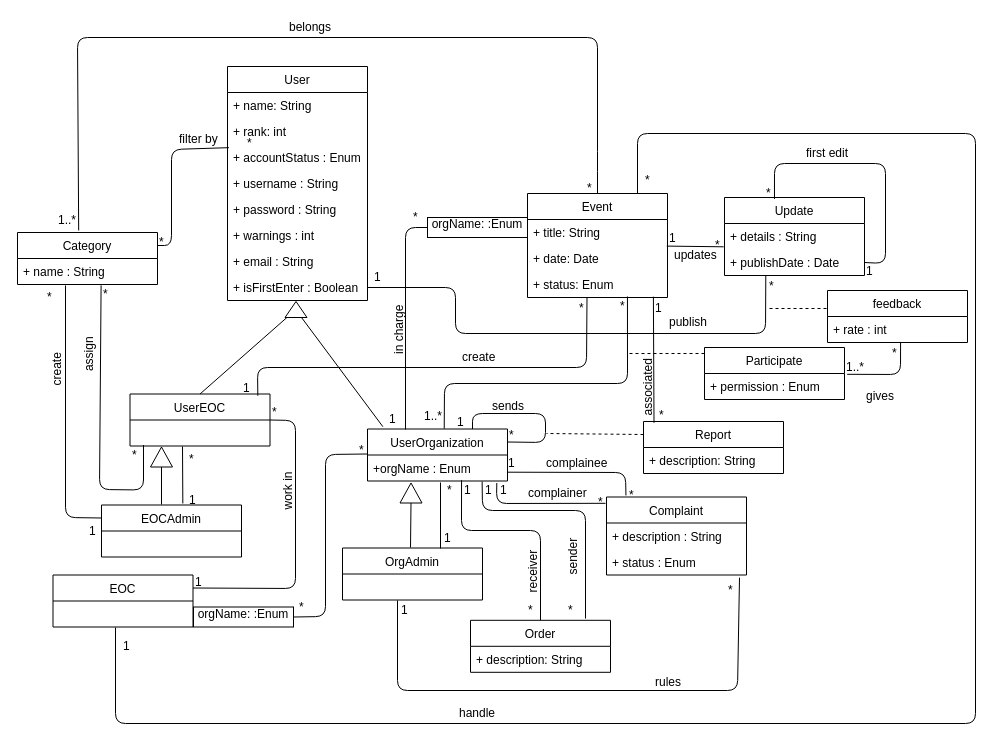
Above: page "Update Class Diagram" (3 of 4) of Untitled Diagram.drawio in anastasiakova/nituz2 (draw.io), before the change. Source tidied: cells renumbered, new cells numbered last; positions are measured from the earlier drawing's top-left corner, leaving out a move shared by most shapes. Both pictures are drawn from the tidied source at 100%, with x=0, y=0 at pixel (17, 17).
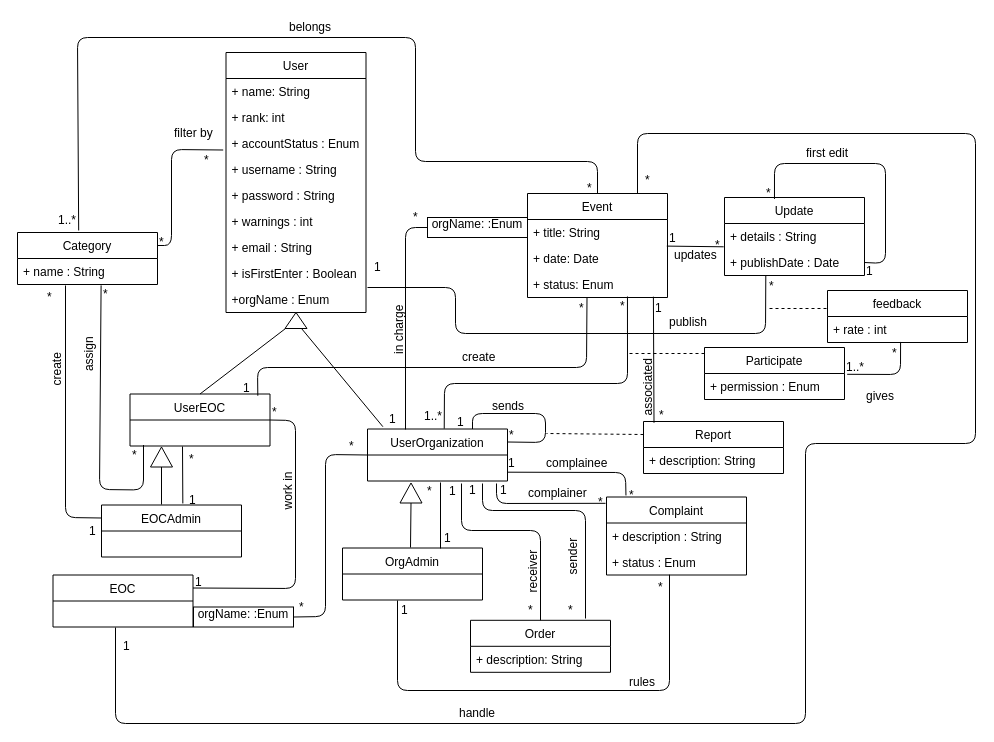
The same diagram, later.

Unchanged cells that the change refers to:
```xml
<mxCell id="5" value="+ accountStatus : Enum&#10;&#10;" style="text;strokeColor=none;fillColor=none;align=left;verticalAlign=top;spacingLeft=4;spacingRight=4;overflow=hidden;points=[[0,0.5],[1,0.5]];portConstraint=eastwest;" parent="2" vertex="1">
  <mxGeometry y="78" width="140" height="26" as="geometry" />
</mxCell>
<mxCell id="10" value="+ isFirstEnter : Boolean&#10;" style="text;strokeColor=none;fillColor=none;align=left;verticalAlign=top;spacingLeft=4;spacingRight=4;overflow=hidden;points=[[0,0.5],[1,0.5]];portConstraint=eastwest;" parent="2" vertex="1">
  <mxGeometry y="208" width="140" height="26" as="geometry" />
</mxCell>
<mxCell id="11" value="Event" style="swimlane;fontStyle=0;horizontal=1;startSize=26;fillColor=none;" parent="1" vertex="1">
  <mxGeometry x="510" y="176" width="140" height="104" as="geometry" />
</mxCell>
<mxCell id="17" value="+ publishDate : Date" style="text;strokeColor=none;fillColor=none;align=left;verticalAlign=top;spacingLeft=4;spacingRight=4;overflow=hidden;points=[[0,0.5],[1,0.5]];portConstraint=eastwest;" parent="15" vertex="1">
  <mxGeometry y="52" width="140" height="26" as="geometry" />
</mxCell>
<mxCell id="19" value="Category" style="swimlane;fontStyle=0;horizontal=1;startSize=26;fillColor=none;" parent="1" vertex="1">
  <mxGeometry y="215" width="140" height="52" as="geometry" />
</mxCell>
<mxCell id="22" value="Order" style="swimlane;fontStyle=0;horizontal=1;startSize=26;fillColor=none;" parent="1" vertex="1">
  <mxGeometry x="453" y="602.8" width="140" height="52" as="geometry" />
</mxCell>
<mxCell id="24" value="Complaint" style="swimlane;fontStyle=0;horizontal=1;startSize=26;fillColor=none;" parent="1" vertex="1">
  <mxGeometry x="589" y="479.5" width="140" height="78" as="geometry" />
</mxCell>
<mxCell id="28" value="UserOrganization" style="swimlane;fontStyle=0;horizontal=1;startSize=26;fillColor=none;" parent="1" vertex="1">
  <mxGeometry x="350" y="411.5" width="140" height="52" as="geometry" />
</mxCell>
<mxCell id="128" value="&lt;div style=&quot;text-align: center&quot;&gt;&lt;span&gt;orgName: :Enum&lt;/span&gt;&lt;/div&gt;" style="verticalAlign=top;align=left;overflow=fill;fontSize=12;fontFamily=Helvetica;html=1;rotation=0;" parent="1" vertex="1">
  <mxGeometry x="176" y="589.5" width="100" height="20" as="geometry" />
</mxCell>
```

The edit, as a diff of the source:
```diff
@@
     <mxCell id="2" value="User" style="swimlane;fontStyle=0;horizontal=1;startSize=26;fillColor=none;" parent="1" vertex="1">
-      <mxGeometry x="210" y="49" width="140" height="234" as="geometry" />
+      <mxGeometry x="208.5" y="35" width="140" height="260" as="geometry" />
     </mxCell>
@@
+    <mxCell id="109" value="+orgName : Enum" style="text;strokeColor=none;fillColor=none;align=left;verticalAlign=top;spacingLeft=4;spacingRight=4;overflow=hidden;points=[[0,0.5],[1,0.5]];portConstraint=eastwest;" parent="2" vertex="1">
+      <mxGeometry y="234" width="140" height="26" as="geometry" />
+    </mxCell>
@@
     <mxCell id="30" style="endArrow=none;html=1;entryX=0.5;entryY=0;entryDx=0;entryDy=0;exitX=0.437;exitY=-0.039;exitDx=0;exitDy=0;exitPerimeter=0;" parent="1" edge="1" source="19" target="11">
       <mxGeometry relative="1" as="geometry">
         <Array as="points">
           <mxPoint x="60" y="20" />
-          <mxPoint x="580" y="20" />
+          <mxPoint x="398" y="20" />
+          <mxPoint x="398" y="144" />
           <mxPoint x="580" y="144" />
         </Array>
       </mxGeometry>
     </mxCell>
-    <mxCell id="31" style="endArrow=none;html=1;entryX=0.917;entryY=1.077;entryDx=0;entryDy=0;entryPerimeter=0;exitX=-0.007;exitY=0.081;exitDx=0;exitDy=0;exitPerimeter=0;" parent="1" edge="1" source="24" target="109">
+    <mxCell id="31" style="endArrow=none;html=1;exitX=-0.007;exitY=0.081;exitDx=0;exitDy=0;exitPerimeter=0;" parent="1" edge="1" source="24">
       <mxGeometry relative="1" as="geometry">
+        <mxPoint x="479" y="466" as="targetPoint" />
         <Array as="points">
           <mxPoint x="479" y="486" />
         </Array>
       </mxGeometry>
     </mxCell>
@@
-    <mxCell id="38" style="endArrow=none;html=1;entryX=0.813;entryY=1.023;entryDx=0;entryDy=0;entryPerimeter=0;" parent="1" edge="1" target="109">
+    <mxCell id="38" style="endArrow=none;html=1;" parent="1" edge="1">
       <mxGeometry relative="1" as="geometry">
         <mxPoint x="568" y="601" as="sourcePoint" />
+        <mxPoint x="465" y="466" as="targetPoint" />
         <Array as="points">
           <mxPoint x="568" y="493" />
           <mxPoint x="465" y="493" />
         </Array>
       </mxGeometry>
     </mxCell>
-    <mxCell id="39" style="endArrow=none;html=1;entryX=0.295;entryY=0.997;entryDx=0;entryDy=0;entryPerimeter=0;" parent="1" edge="1" source="10" target="17">
+    <mxCell id="39" style="endArrow=none;html=1;entryX=0.295;entryY=0.997;entryDx=0;entryDy=0;entryPerimeter=0;" parent="1" edge="1" target="17">
       <mxGeometry relative="1" as="geometry">
+        <mxPoint x="350" y="270" as="sourcePoint" />
         <Array as="points">
           <mxPoint x="438" y="270" />
           <mxPoint x="438" y="316" />
           <mxPoint x="748" y="316" />
         </Array>
       </mxGeometry>
     </mxCell>
@@
     <mxCell id="50" style="endArrow=none;html=1;exitX=0.65;exitY=-0.115;exitDx=0;exitDy=0;exitPerimeter=0;" parent="1" edge="1" source="73">
       <mxGeometry relative="1" as="geometry">
         <mxPoint x="380" y="583" as="targetPoint" />
         <Array as="points">
-          <mxPoint x="720" y="673" />
+          <mxPoint x="652" y="673" />
           <mxPoint x="380" y="673" />
         </Array>
       </mxGeometry>
     </mxCell>
-    <mxCell id="51" style="endArrow=none;html=1;exitX=1;exitY=0.25;exitDx=0;exitDy=0;entryX=0.01;entryY=0.122;entryDx=0;entryDy=0;entryPerimeter=0;" parent="1" edge="1" source="19" target="5">
+    <mxCell id="51" style="endArrow=none;html=1;exitX=1;exitY=0.25;exitDx=0;exitDy=0;entryX=-0.02;entryY=0.75;entryDx=0;entryDy=0;entryPerimeter=0;" parent="1" edge="1" source="19" target="5">
       <mxGeometry relative="1" as="geometry">
         <Array as="points">
           <mxPoint x="154" y="228" />
           <mxPoint x="154" y="132" />
         </Array>
       </mxGeometry>
     </mxCell>
@@
     <mxCell id="59" value="1" style="text;html=1;align=left;verticalAlign=top;spacingTop=-4;" parent="1" vertex="1">
-      <mxGeometry x="355" y="250" width="20" height="20" as="geometry" />
+      <mxGeometry x="355" y="240" width="20" height="20" as="geometry" />
     </mxCell>
@@
     <mxCell id="70" value="*" style="text;html=1;align=left;verticalAlign=top;spacingTop=-4;" parent="1" vertex="1">
-      <mxGeometry x="228" y="116" width="20" height="20" as="geometry" />
+      <mxGeometry x="185" y="133" width="20" height="20" as="geometry" />
     </mxCell>
@@
     <mxCell id="72" value="filter by" style="text;html=1;align=left;verticalAlign=top;spacingTop=-4;" parent="1" vertex="1">
-      <mxGeometry x="160" y="112" width="50" height="20" as="geometry" />
+      <mxGeometry x="155" y="106" width="50" height="20" as="geometry" />
     </mxCell>
     <mxCell id="73" value="*" style="text;html=1;points=[];align=left;verticalAlign=top;spacingTop=-4;" parent="1" vertex="1">
-      <mxGeometry x="709" y="562.5" width="20" height="20" as="geometry" />
+      <mxGeometry x="639" y="559.5" width="20" height="20" as="geometry" />
     </mxCell>
@@
     <mxCell id="75" value="rules" style="text;html=1;align=left;verticalAlign=top;spacingTop=-4;" parent="1" vertex="1">
-      <mxGeometry x="636" y="655" width="40" height="20" as="geometry" />
+      <mxGeometry x="610" y="655" width="40" height="20" as="geometry" />
     </mxCell>
@@
     <mxCell id="83" value="1" style="text;html=1;align=left;verticalAlign=top;spacingTop=-4;" parent="1" vertex="1">
-      <mxGeometry x="445" y="462.5" width="20" height="20" as="geometry" />
+      <mxGeometry x="430" y="463.5" width="20" height="20" as="geometry" />
     </mxCell>
     <mxCell id="84" value="1" style="text;html=1;align=left;verticalAlign=top;spacingTop=-4;" parent="1" vertex="1">
-      <mxGeometry x="466" y="462.5" width="20" height="20" as="geometry" />
+      <mxGeometry x="450" y="462.5" width="20" height="20" as="geometry" />
     </mxCell>
@@
     <mxCell id="93" value="*" style="text;html=1;align=left;verticalAlign=top;spacingTop=-4;" parent="1" vertex="1">
-      <mxGeometry x="428" y="462.5" width="20" height="20" as="geometry" />
+      <mxGeometry x="408" y="463.5" width="20" height="20" as="geometry" />
     </mxCell>
@@
-    <mxCell id="109" value="+orgName : Enum" style="text;strokeColor=none;fillColor=none;align=left;verticalAlign=top;spacingLeft=4;spacingRight=4;overflow=hidden;points=[[0,0.5],[1,0.5]];portConstraint=eastwest;" parent="1" vertex="1">
-      <mxGeometry x="350" y="437.5" width="141" height="26" as="geometry" />
-    </mxCell>
-    <mxCell id="110" style="endArrow=none;html=1;exitX=0.5;exitY=0;exitDx=0;exitDy=0;entryX=0.667;entryY=0.97;entryDx=0;entryDy=0;entryPerimeter=0;" parent="1" edge="1" source="22" target="109">
+    <mxCell id="110" style="endArrow=none;html=1;exitX=0.5;exitY=0;exitDx=0;exitDy=0;" parent="1" edge="1" source="22">
       <mxGeometry relative="1" as="geometry">
+        <mxPoint x="444" y="466" as="targetPoint" />
         <Array as="points">
           <mxPoint x="523" y="513" />
           <mxPoint x="444" y="513" />
         </Array>
       </mxGeometry>
     </mxCell>
@@
     <mxCell id="122" style="triangle;whiteSpace=wrap;html=1;rotation=-90;" parent="1" vertex="1">
-      <mxGeometry x="270.5" y="281" width="16" height="22" as="geometry" />
+      <mxGeometry x="270.5" y="292" width="16" height="22" as="geometry" />
     </mxCell>
@@
-    <mxCell id="124" style="endArrow=none;html=1;entryX=0.002;entryY=-0.039;entryDx=0;entryDy=0;entryPerimeter=0;exitX=1;exitY=0.5;exitDx=0;exitDy=0;" parent="1" edge="1" source="128" target="109">
+    <mxCell id="124" style="endArrow=none;html=1;entryX=0;entryY=0.5;entryDx=0;entryDy=0;exitX=1;exitY=0.5;exitDx=0;exitDy=0;" parent="1" edge="1" source="128" target="28">
       <mxGeometry relative="1" as="geometry">
         <Array as="points">
           <mxPoint x="308" y="599" />
           <mxPoint x="308" y="437" />
         </Array>
       </mxGeometry>
     </mxCell>
@@
     <mxCell id="126" value="*" style="text;html=1;align=left;verticalAlign=top;spacingTop=-4;" parent="1" vertex="1">
-      <mxGeometry x="340" y="422.5" width="20" height="20" as="geometry" />
+      <mxGeometry x="330" y="418.5" width="20" height="20" as="geometry" />
     </mxCell>
@@
     <mxCell id="133" style="endArrow=none;html=1;" parent="1" edge="1">
       <mxGeometry relative="1" as="geometry">
         <mxPoint x="98" y="610" as="sourcePoint" />
         <mxPoint x="620" y="176" as="targetPoint" />
         <Array as="points">
           <mxPoint x="98" y="706" />
-          <mxPoint x="958" y="706" />
+          <mxPoint x="788" y="706" />
+          <mxPoint x="788" y="426" />
+          <mxPoint x="958" y="426" />
           <mxPoint x="958" y="116" />
           <mxPoint x="620" y="116" />
         </Array>
       </mxGeometry>
     </mxCell>
```
